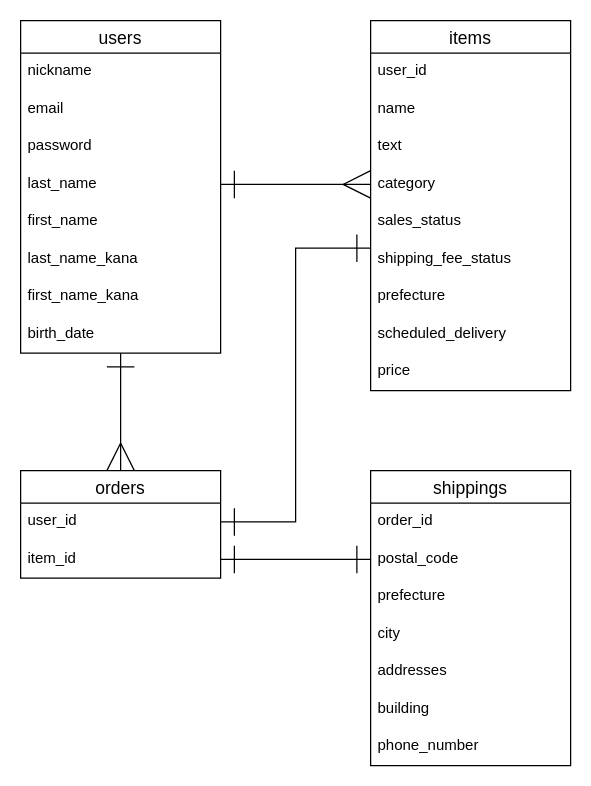
The draw.io diagram ER.dio in Ken-Nakayama/furima-39754, before the edit. Source tidied: cells renumbered, new cells numbered last; positions are measured from the earlier drawing's top-left corner, leaving out a move shared by most shapes. Both pictures are drawn from the tidied source at 125%, with x=0, y=0 at pixel (20, 20).
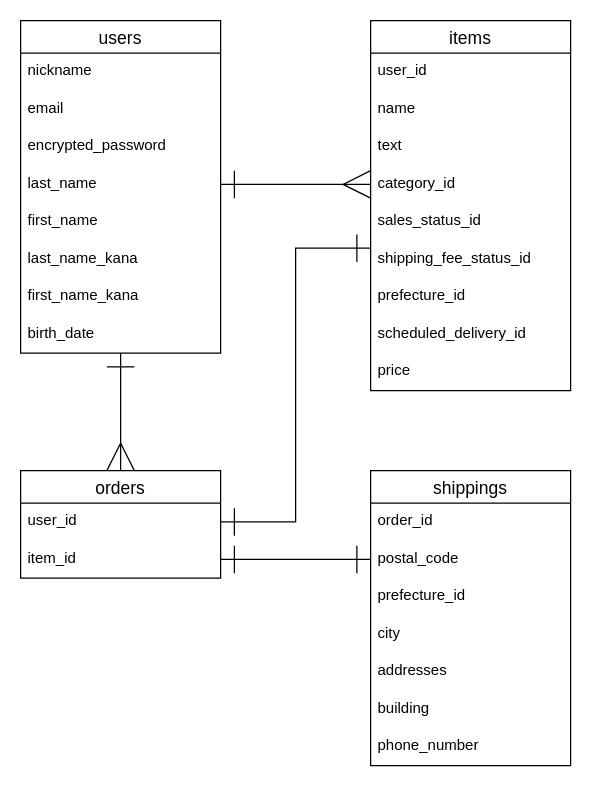
After the change.

Commit message (it also covers changes not shown here):
プルリク修正2

The change refers to these unchanged cells:
```xml
<mxCell id="2" value="shippings" style="swimlane;fontStyle=0;horizontal=1;startSize=26;align=center;fontSize=14;" parent="1" vertex="1">
  <mxGeometry x="280" y="360" width="160" height="236" as="geometry" />
</mxCell>
<mxCell id="13" value="items" style="swimlane;fontStyle=0;horizontal=1;startSize=26;align=center;fontSize=14;" parent="1" vertex="1">
  <mxGeometry x="280" width="160" height="296" as="geometry" />
</mxCell>
<mxCell id="23" value="users" style="swimlane;fontStyle=0;horizontal=1;startSize=26;align=center;fontSize=14;" parent="1" vertex="1">
  <mxGeometry width="160" height="266" as="geometry" />
</mxCell>
```

Change to the diagram source:
```diff
@@
-    <mxCell id="5" value="prefecture" style="text;strokeColor=none;fillColor=none;spacingLeft=4;spacingRight=4;overflow=hidden;fontSize=12;" parent="2" vertex="1">
+    <mxCell id="5" value="prefecture_id" style="text;strokeColor=none;fillColor=none;spacingLeft=4;spacingRight=4;overflow=hidden;fontSize=12;" parent="2" vertex="1">
       <mxGeometry y="86" width="160" height="30" as="geometry" />
     </mxCell>
@@
-    <mxCell id="17" value="category" style="text;strokeColor=none;fillColor=none;spacingLeft=4;spacingRight=4;overflow=hidden;points=[[0,0.5],[1,0.5]];portConstraint=eastwest;fontSize=12;" parent="13" vertex="1">
+    <mxCell id="17" value="category_id" style="text;strokeColor=none;fillColor=none;spacingLeft=4;spacingRight=4;overflow=hidden;points=[[0,0.5],[1,0.5]];portConstraint=eastwest;fontSize=12;" parent="13" vertex="1">
       <mxGeometry y="116" width="160" height="30" as="geometry" />
     </mxCell>
-    <mxCell id="18" value="sales_status" style="text;strokeColor=none;fillColor=none;spacingLeft=4;spacingRight=4;overflow=hidden;fontSize=12;" parent="13" vertex="1">
+    <mxCell id="18" value="sales_status_id" style="text;strokeColor=none;fillColor=none;spacingLeft=4;spacingRight=4;overflow=hidden;fontSize=12;" parent="13" vertex="1">
       <mxGeometry y="146" width="160" height="30" as="geometry" />
     </mxCell>
-    <mxCell id="19" value="shipping_fee_status" style="text;strokeColor=none;fillColor=none;spacingLeft=4;spacingRight=4;overflow=hidden;points=[[0,0.5],[1,0.5]];portConstraint=eastwest;fontSize=12;" parent="13" vertex="1">
+    <mxCell id="19" value="shipping_fee_status_id" style="text;strokeColor=none;fillColor=none;spacingLeft=4;spacingRight=4;overflow=hidden;points=[[0,0.5],[1,0.5]];portConstraint=eastwest;fontSize=12;" parent="13" vertex="1">
       <mxGeometry y="176" width="160" height="30" as="geometry" />
     </mxCell>
-    <mxCell id="20" value="prefecture" style="text;strokeColor=none;fillColor=none;spacingLeft=4;spacingRight=4;overflow=hidden;fontSize=12;" parent="13" vertex="1">
+    <mxCell id="20" value="prefecture_id" style="text;strokeColor=none;fillColor=none;spacingLeft=4;spacingRight=4;overflow=hidden;fontSize=12;" parent="13" vertex="1">
       <mxGeometry y="206" width="160" height="30" as="geometry" />
     </mxCell>
-    <mxCell id="21" value="scheduled_delivery" style="text;strokeColor=none;fillColor=none;spacingLeft=4;spacingRight=4;overflow=hidden;fontSize=12;" parent="13" vertex="1">
+    <mxCell id="21" value="scheduled_delivery_id" style="text;strokeColor=none;fillColor=none;spacingLeft=4;spacingRight=4;overflow=hidden;fontSize=12;" parent="13" vertex="1">
       <mxGeometry y="236" width="160" height="30" as="geometry" />
     </mxCell>
@@
-    <mxCell id="26" value="password" style="text;strokeColor=none;fillColor=none;spacingLeft=4;spacingRight=4;overflow=hidden;fontSize=12;" parent="23" vertex="1">
+    <mxCell id="26" value="encrypted_password" style="text;strokeColor=none;fillColor=none;spacingLeft=4;spacingRight=4;overflow=hidden;fontSize=12;" parent="23" vertex="1">
       <mxGeometry y="86" width="160" height="30" as="geometry" />
     </mxCell>
```
